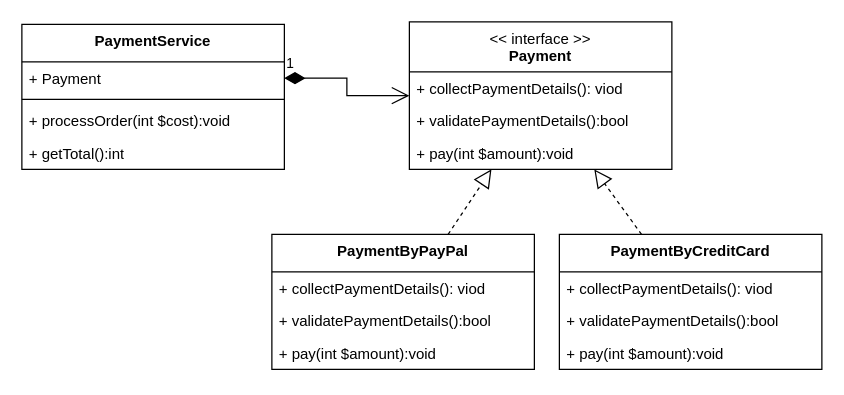
Above: strategy-payment.drawio in joelau71/uml (draw.io), before the change. Source tidied: cells renumbered, new cells numbered last; positions are measured from the earlier drawing's top-left corner, leaving out a move shared by most shapes. Both pictures are drawn from the tidied source at 125%, with x=0, y=0 at pixel (21, 21).
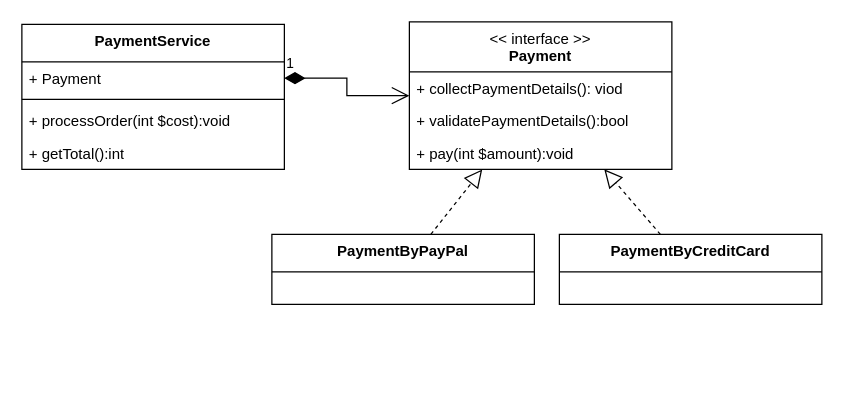
The same diagram, later.

The edit, as a diff of the source:
```diff
@@
     <mxCell id="6" value="PaymentByPayPal" style="swimlane;fontStyle=1;align=center;verticalAlign=top;horizontal=1;startSize=30;whiteSpace=wrap;html=1;" parent="1" vertex="1">
-      <mxGeometry x="200" y="170" width="210" height="108" as="geometry" />
+      <mxGeometry x="200" y="170" width="210" height="56" as="geometry" />
     </mxCell>
-    <mxCell id="7" value="+ collectPaymentDetails(): viod" style="text;strokeColor=none;fillColor=none;align=left;verticalAlign=top;spacingLeft=4;spacingRight=4;overflow=hidden;whiteSpace=wrap;html=1;" parent="6" vertex="1">
-      <mxGeometry y="30" width="210" height="26" as="geometry" />
-    </mxCell>
-    <mxCell id="8" value="+ validatePaymentDetails():bool" style="text;strokeColor=none;fillColor=none;align=left;verticalAlign=top;spacingLeft=4;spacingRight=4;overflow=hidden;whiteSpace=wrap;html=1;" parent="6" vertex="1">
-      <mxGeometry y="56" width="210" height="26" as="geometry" />
-    </mxCell>
-    <mxCell id="9" value="+ pay(int $amount):void" style="text;strokeColor=none;fillColor=none;align=left;verticalAlign=top;spacingLeft=4;spacingRight=4;overflow=hidden;whiteSpace=wrap;html=1;" parent="6" vertex="1">
-      <mxGeometry y="82" width="210" height="26" as="geometry" />
-    </mxCell>
     <mxCell id="10" value="PaymentByCreditCard" style="swimlane;fontStyle=1;align=center;verticalAlign=top;horizontal=1;startSize=30;whiteSpace=wrap;html=1;" parent="1" vertex="1">
-      <mxGeometry x="430" y="170" width="210" height="108" as="geometry" />
+      <mxGeometry x="430" y="170" width="210" height="56" as="geometry" />
     </mxCell>
-    <mxCell id="11" value="+ collectPaymentDetails(): viod" style="text;strokeColor=none;fillColor=none;align=left;verticalAlign=top;spacingLeft=4;spacingRight=4;overflow=hidden;whiteSpace=wrap;html=1;" parent="10" vertex="1">
-      <mxGeometry y="30" width="210" height="26" as="geometry" />
-    </mxCell>
-    <mxCell id="12" value="+ validatePaymentDetails():bool" style="text;strokeColor=none;fillColor=none;align=left;verticalAlign=top;spacingLeft=4;spacingRight=4;overflow=hidden;whiteSpace=wrap;html=1;" parent="10" vertex="1">
-      <mxGeometry y="56" width="210" height="26" as="geometry" />
-    </mxCell>
-    <mxCell id="13" value="+ pay(int $amount):void" style="text;strokeColor=none;fillColor=none;align=left;verticalAlign=top;spacingLeft=4;spacingRight=4;overflow=hidden;whiteSpace=wrap;html=1;" parent="10" vertex="1">
-      <mxGeometry y="82" width="210" height="26" as="geometry" />
-    </mxCell>
```
